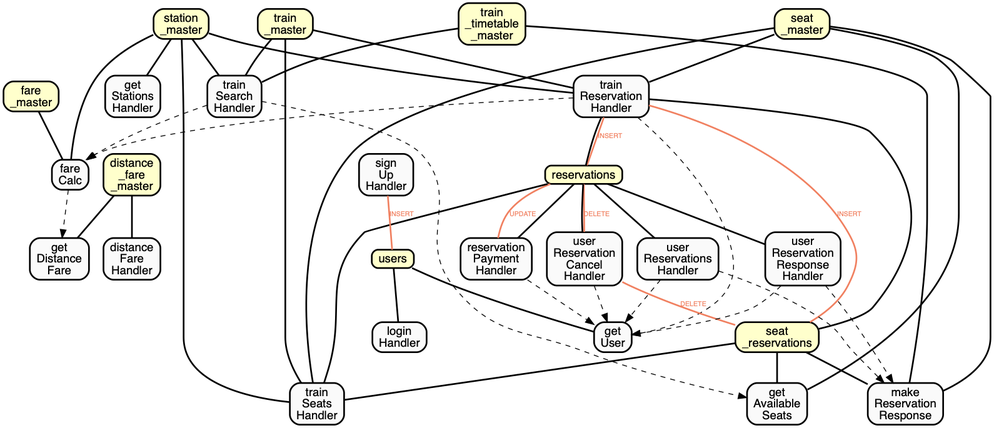
The Graphviz diagram utils/sqlgraph.png in Muratam/isucon9f, before a commit. Its source is kept beside it as utils/sqlgraph.dot.
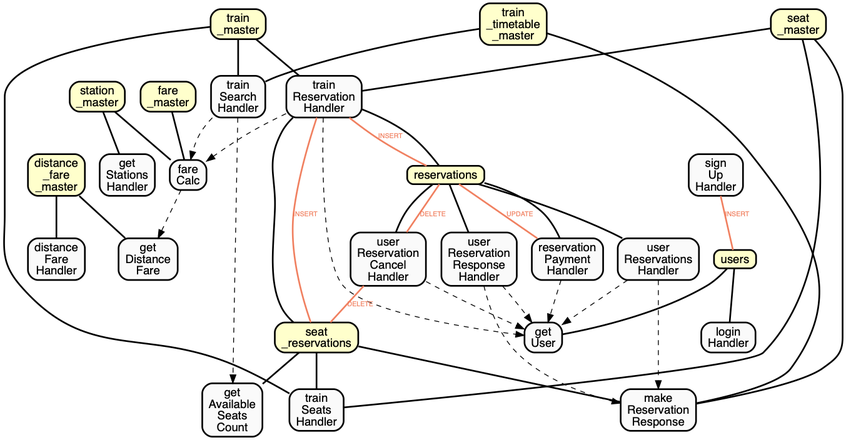
The same diagram one commit later.

Change to the diagram source:
```diff
@@ -51,7 +51,8 @@
 Handler"];
 a3[label="get
 Available
-Seats"];
+Seats
+Count"];
 a14 -> a6;
 a14[label="user
 Reservation
@@ -103,15 +104,13 @@
 _master",shape=box, style="filled, bold, rounded", fillcolor="#ffffcc"];
 a2[label="fare
 Calc"];
-seat_master -> a3[style="bold"][dir="none"];
-seat_master[label="seat
-_master",shape=box, style="filled, bold, rounded", fillcolor="#ffffcc"];
 seat_reservations -> a3[style="bold"][dir="none"];
 seat_reservations[label="seat
 _reservations",shape=box, style="filled, bold, rounded", fillcolor="#ffffcc"];
 a3[label="get
 Available
-Seats"];
+Seats
+Count"];
 distance_fare_master -> a4[style="bold"][dir="none"];
 distance_fare_master[label="distance
 _fare
@@ -161,9 +160,6 @@
 train_master -> a11[style="bold"][dir="none"];
 train_master[label="train
 _master",shape=box, style="filled, bold, rounded", fillcolor="#ffffcc"];
-station_master -> a11[style="bold"][dir="none"];
-station_master[label="station
-_master",shape=box, style="filled, bold, rounded", fillcolor="#ffffcc"];
 seat_master -> a11[style="bold"][dir="none"];
 seat_master[label="seat
 _master",shape=box, style="filled, bold, rounded", fillcolor="#ffffcc"];
@@ -180,9 +176,6 @@
 a11[label="train
 Reservation
 Handler"];
-station_master -> a12[style="bold"][dir="none"];
-station_master[label="station
-_master",shape=box, style="filled, bold, rounded", fillcolor="#ffffcc"];
 train_master -> a12[style="bold"][dir="none"];
 train_master[label="train
 _master",shape=box, style="filled, bold, rounded", fillcolor="#ffffcc"];
@@ -196,17 +189,12 @@
 train_master -> a13[style="bold"][dir="none"];
 train_master[label="train
 _master",shape=box, style="filled, bold, rounded", fillcolor="#ffffcc"];
-station_master -> a13[style="bold"][dir="none"];
-station_master[label="station
-_master",shape=box, style="filled, bold, rounded", fillcolor="#ffffcc"];
 seat_master -> a13[style="bold"][dir="none"];
 seat_master[label="seat
 _master",shape=box, style="filled, bold, rounded", fillcolor="#ffffcc"];
 seat_reservations -> a13[style="bold"][dir="none"];
 seat_reservations[label="seat
 _reservations",shape=box, style="filled, bold, rounded", fillcolor="#ffffcc"];
-reservations -> a13[style="bold"][dir="none"];
-reservations[label="reservations",shape=box, style="filled, bold, rounded", fillcolor="#ffffcc"];
 a13[label="train
 Seats
 Handler"];
```
